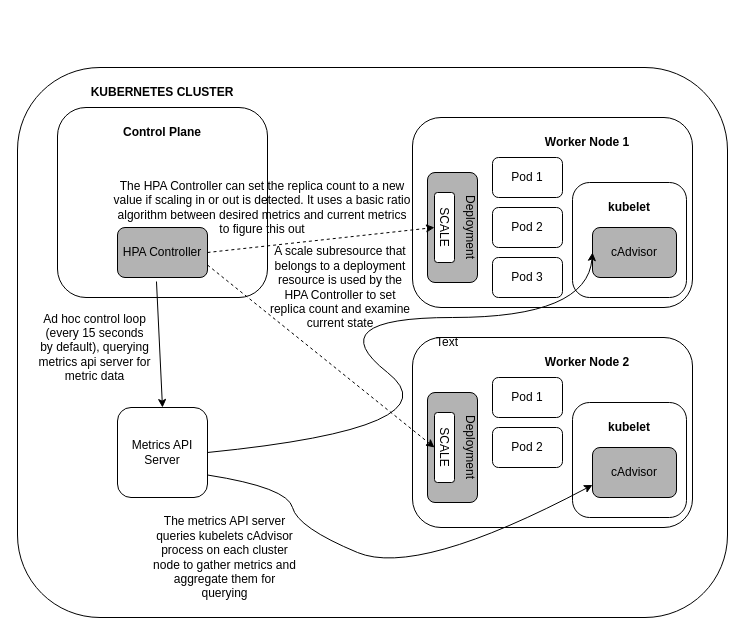
This is horizontal_pod_autoscaling.drawio from kerrystack/msc-project, a draw.io file, before an edit. Source tidied: cells renumbered, new cells numbered last; positions are measured from the earlier drawing's top-left corner, leaving out a move shared by most shapes. Both pictures are drawn from the tidied source at 100%, with x=0, y=0 at pixel (17, 67).
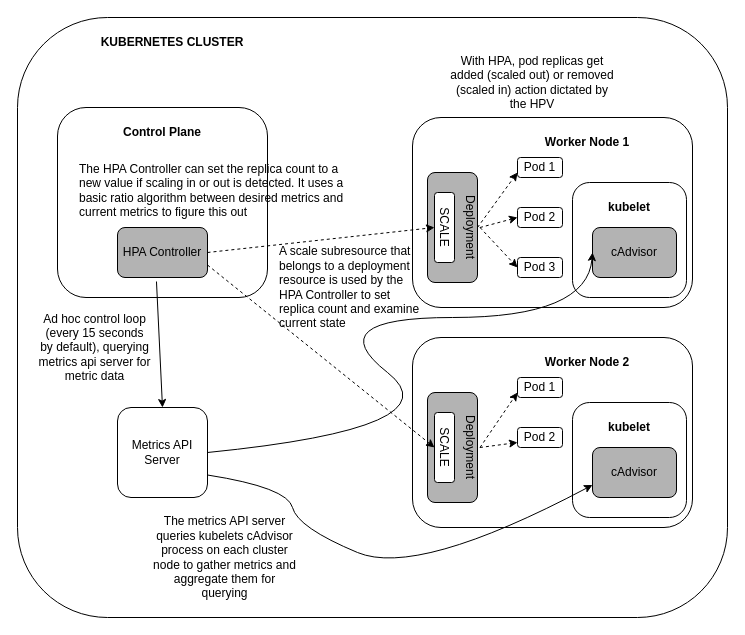
After the change.

The change refers to these unchanged cells:
```xml
<mxCell id="16" value="Deployment" style="text;html=1;strokeColor=none;fillColor=none;align=center;verticalAlign=middle;whiteSpace=wrap;rounded=0;rotation=90;" parent="1" vertex="1">
  <mxGeometry x="395" y="150" width="115" height="20" as="geometry" />
</mxCell>
<mxCell id="26" value="Deployment" style="text;html=1;strokeColor=none;fillColor=none;align=center;verticalAlign=middle;whiteSpace=wrap;rounded=0;rotation=90;" parent="1" vertex="1">
  <mxGeometry x="395" y="370" width="115" height="20" as="geometry" />
</mxCell>
```

Diff of the diagram source:
```diff
@@
     <mxCell id="8" value="Pod 1" style="rounded=1;whiteSpace=wrap;html=1;" parent="1" vertex="1">
-      <mxGeometry x="475" y="90" width="70" height="40" as="geometry" />
+      <mxGeometry x="500" y="90" width="45" height="20" as="geometry" />
     </mxCell>
     <mxCell id="9" value="Pod 2" style="rounded=1;whiteSpace=wrap;html=1;" parent="1" vertex="1">
-      <mxGeometry x="475" y="140" width="70" height="40" as="geometry" />
+      <mxGeometry x="500" y="140" width="45" height="20" as="geometry" />
     </mxCell>
     <mxCell id="10" value="Pod 3" style="rounded=1;whiteSpace=wrap;html=1;" parent="1" vertex="1">
-      <mxGeometry x="475" y="190" width="70" height="40" as="geometry" />
+      <mxGeometry x="500" y="190" width="45" height="20" as="geometry" />
     </mxCell>
@@
     <mxCell id="19" value="Pod 1" style="rounded=1;whiteSpace=wrap;html=1;" parent="1" vertex="1">
-      <mxGeometry x="475" y="310" width="70" height="40" as="geometry" />
+      <mxGeometry x="500" y="310" width="45" height="20" as="geometry" />
     </mxCell>
     <mxCell id="20" value="Pod 2" style="rounded=1;whiteSpace=wrap;html=1;" parent="1" vertex="1">
-      <mxGeometry x="475" y="360" width="70" height="40" as="geometry" />
+      <mxGeometry x="500" y="360" width="45" height="20" as="geometry" />
     </mxCell>
@@
-    <mxCell id="33" value="A scale subresource that belongs to a deployment resource is used by the HPA Controller to set replica count and examine current state" style="text;html=1;strokeColor=none;fillColor=none;align=center;verticalAlign=middle;whiteSpace=wrap;rounded=0;" parent="1" vertex="1">
-      <mxGeometry x="250" y="160" width="146" height="120" as="geometry" />
+    <mxCell id="33" value="A scale subresource that belongs to a deployment resource is used by the HPA Controller to set replica count and examine current state" style="text;html=1;strokeColor=none;fillColor=none;align=left;verticalAlign=middle;whiteSpace=wrap;rounded=0;" parent="1" vertex="1">
+      <mxGeometry x="260" y="160" width="146" height="120" as="geometry" />
     </mxCell>
@@
-    <mxCell id="35" value="The HPA Controller can set the replica count to a new value if scaling in or out is detected. It uses a basic ratio algorithm between desired metrics and current metrics to figure this out" style="text;html=1;strokeColor=none;fillColor=none;align=center;verticalAlign=middle;whiteSpace=wrap;rounded=0;" parent="1" vertex="1">
-      <mxGeometry x="95" y="80" width="300" height="120" as="geometry" />
+    <mxCell id="35" value="The HPA Controller can set the replica count to a new value if scaling in or out is detected. It uses a basic ratio algorithm between desired metrics and current metrics to figure this out" style="text;html=1;strokeColor=none;fillColor=none;align=left;verticalAlign=middle;whiteSpace=wrap;rounded=0;" parent="1" vertex="1">
+      <mxGeometry x="60" y="90" width="285" height="65" as="geometry" />
     </mxCell>
     <mxCell id="36" style="rounded=1;whiteSpace=wrap;html=1;fillColor=none;" parent="1" vertex="1">
-      <mxGeometry width="710" height="550" as="geometry" />
+      <mxGeometry y="-50" width="710" height="600" as="geometry" />
     </mxCell>
-    <mxCell id="37" value="Text" style="text;html=1;strokeColor=none;fillColor=none;align=center;verticalAlign=middle;whiteSpace=wrap;rounded=0;" parent="1" vertex="1">
-      <mxGeometry x="400" y="260" width="60" height="30" as="geometry" />
-    </mxCell>
     <mxCell id="38" value="KUBERNETES CLUSTER" style="text;html=1;strokeColor=none;fillColor=none;align=center;verticalAlign=middle;whiteSpace=wrap;rounded=0;fontStyle=1;" parent="1" vertex="1">
-      <mxGeometry x="50" y="10" width="190" height="30" as="geometry" />
+      <mxGeometry x="60" y="-40" width="190" height="30" as="geometry" />
     </mxCell>
+    <mxCell id="39" value="With HPA, pod replicas get added (scaled out) or removed (scaled in) action dictated by the HPV" style="text;html=1;strokeColor=none;fillColor=none;align=center;verticalAlign=middle;whiteSpace=wrap;rounded=0;" parent="1" vertex="1">
+      <mxGeometry x="430" y="-20" width="170" height="70" as="geometry" />
+    </mxCell>
+    <mxCell id="40" style="endArrow=classic;html=1;rounded=0;dashed=1;entryX=0;entryY=0.75;entryDx=0;entryDy=0;" parent="1" edge="1" target="8">
+      <mxGeometry relative="1" as="geometry">
+        <mxPoint x="460" y="160" as="sourcePoint" />
+      </mxGeometry>
+    </mxCell>
+    <mxCell id="41" style="endArrow=classic;html=1;rounded=0;dashed=1;entryX=0;entryY=0.5;entryDx=0;entryDy=0;exitX=0.5;exitY=0;exitDx=0;exitDy=0;" parent="1" edge="1" source="16" target="9">
+      <mxGeometry relative="1" as="geometry" />
+    </mxCell>
+    <mxCell id="42" style="endArrow=classic;html=1;rounded=0;dashed=1;entryX=0;entryY=0.5;entryDx=0;entryDy=0;exitX=0.5;exitY=0;exitDx=0;exitDy=0;" parent="1" edge="1" source="16" target="10">
+      <mxGeometry relative="1" as="geometry" />
+    </mxCell>
+    <mxCell id="43" style="endArrow=classic;html=1;rounded=0;dashed=1;exitX=0.5;exitY=0;exitDx=0;exitDy=0;entryX=0;entryY=0.75;entryDx=0;entryDy=0;" parent="1" edge="1" source="26" target="19">
+      <mxGeometry relative="1" as="geometry" />
+    </mxCell>
+    <mxCell id="44" style="endArrow=classic;html=1;rounded=0;dashed=1;entryX=0;entryY=0.75;entryDx=0;entryDy=0;exitX=0.5;exitY=0;exitDx=0;exitDy=0;" parent="1" edge="1" source="26" target="20">
+      <mxGeometry relative="1" as="geometry" />
+    </mxCell>
```
